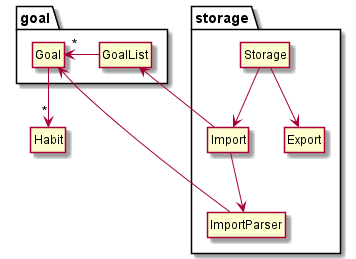
Earlier version of the PlantUML export docs/Diagram Images/StorageClassDiagram.png (nus-cs2113-AY2122S1/tp).
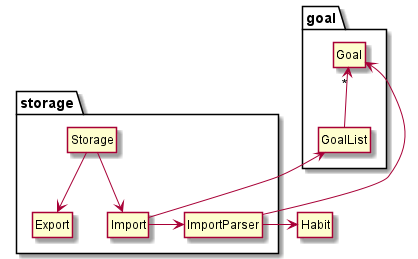
The same diagram one commit later.

Diff of the diagram source:
```diff
@@ -8,18 +8,19 @@
 class Export
 
 Storage --> Import
-Import --> ImportParser
+Import -> ImportParser
 Storage --> Export
 }
 
 class Habit
 
+ImportParser -> Habit
+
 package "goal" {
 class Goal
 class GoalList
 Goal <-- ImportParser
-Goal "*" <- GoalList
-Goal --> "*" Habit
+Goal "*" <-- GoalList
 GoalList <-- Import
 }
 
```
